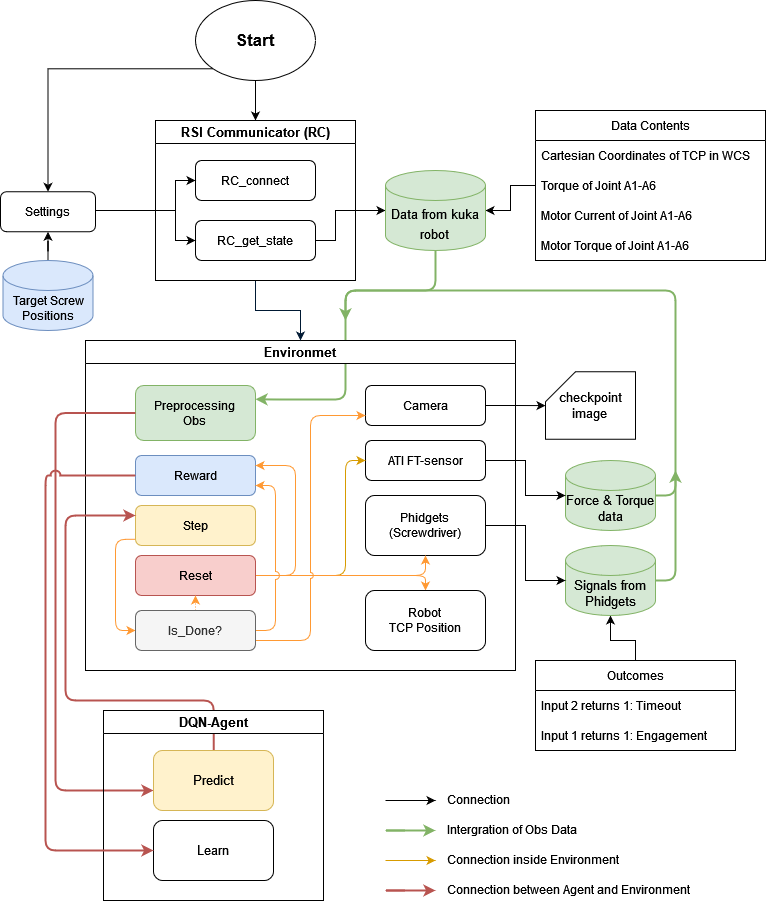
The draw.io diagram New_Worflow.png in TONiiV/flowcharts, before a commit. Source tidied: cells renumbered, new cells last; positions are measured from the earlier drawing's top-left corner, leaving out a move shared by most shapes.
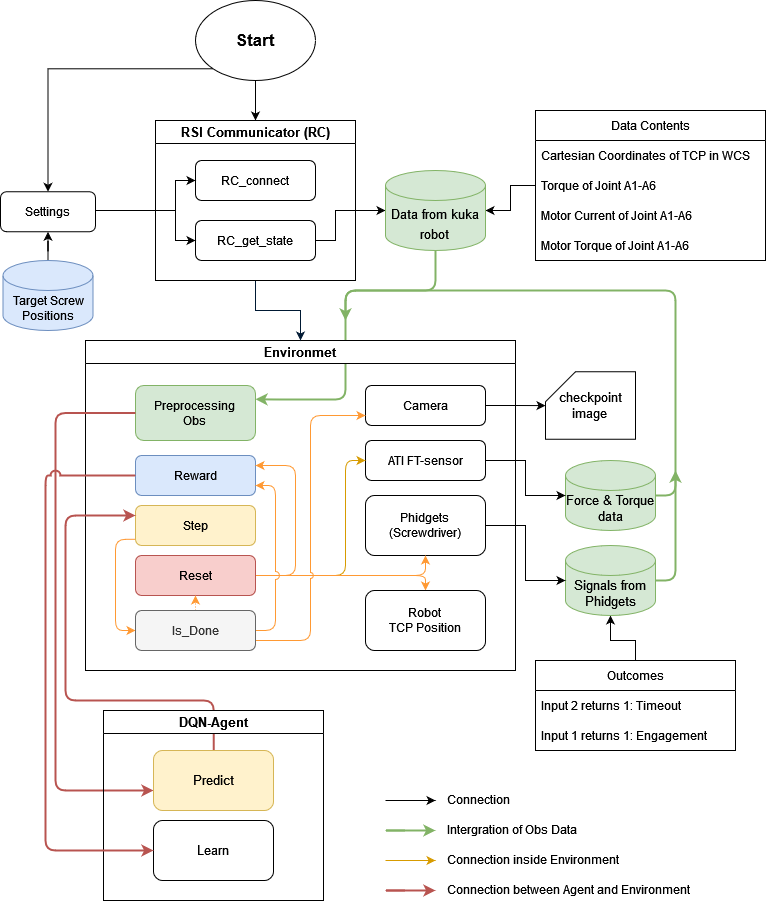
After the commit.

What changed in the source:
```diff
@@ -113,7 +113,7 @@
         </Array>
       </mxGeometry>
     </mxCell>
-    <mxCell id="27" value="Is_Done?" style="rounded=1;whiteSpace=wrap;html=1;fontSize=12;glass=0;strokeWidth=1;shadow=0;fillColor=#f5f5f5;strokeColor=#666666;fontColor=#333333;" parent="11" vertex="1">
+    <mxCell id="27" value="Is_Done" style="rounded=1;whiteSpace=wrap;html=1;fontSize=12;glass=0;strokeWidth=1;shadow=0;fillColor=#f5f5f5;strokeColor=#666666;fontColor=#333333;" parent="11" vertex="1">
       <mxGeometry x="50" y="270" width="120" height="40" as="geometry" />
     </mxCell>
     <mxCell id="28" value="&lt;div&gt;Robot&lt;/div&gt;&lt;div&gt;TCP Position&lt;br&gt;&lt;/div&gt;" style="rounded=1;whiteSpace=wrap;html=1;fontSize=12;glass=0;strokeWidth=1;shadow=0;" parent="11" vertex="1">
```
